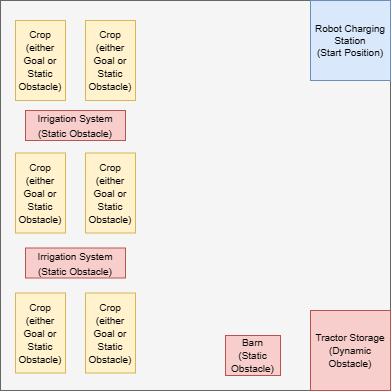
Above: scenarios/precision_farming_0.png in ethanmclark1/conav_suite (draw.io), before the change. Source tidied: cells renumbered, new cells last; positions are measured from the earlier drawing's top-left corner, leaving out a move shared by most shapes.
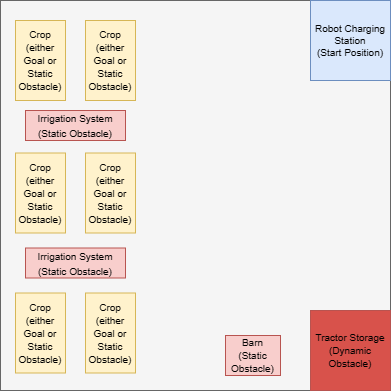
The same file after the commit.

Change to the diagram source:
```diff
@@ -14,7 +14,7 @@
     <mxCell id="5" value="&lt;font style=&quot;font-size: 10px;&quot;&gt;Irrigation System&lt;br&gt;(Static Obstacle)&lt;/font&gt;" style="rounded=0;whiteSpace=wrap;html=1;fillColor=#f8cecc;strokeColor=#b85450;" parent="1" vertex="1">
       <mxGeometry x="25" y="110" width="100" height="30" as="geometry" />
     </mxCell>
-    <mxCell id="6" value="&lt;font style=&quot;font-size: 10px;&quot;&gt;Tractor Storage&lt;br&gt;(Dynamic Obstacle)&lt;/font&gt;" style="rounded=0;whiteSpace=wrap;html=1;fillColor=#f8cecc;strokeColor=#b85450;fontSize=11;" parent="1" vertex="1">
+    <mxCell id="6" value="&lt;font style=&quot;font-size: 10px;&quot;&gt;Tractor Storage&lt;br&gt;(Dynamic Obstacle)&lt;/font&gt;" style="rounded=0;whiteSpace=wrap;html=1;fillColor=#D8524B;strokeColor=#b85450;fontSize=11;" parent="1" vertex="1">
       <mxGeometry x="310" y="310" width="80" height="80" as="geometry" />
     </mxCell>
     <mxCell id="7" value="&lt;font style=&quot;font-size: 10px;&quot;&gt;&lt;font style=&quot;border-color: var(--border-color); font-size: 10px;&quot;&gt;Crop&lt;br style=&quot;border-color: var(--border-color);&quot;&gt;&lt;/font&gt;(either Goal or Static Obstacle)&lt;/font&gt;" style="rounded=0;whiteSpace=wrap;html=1;fillColor=#fff2cc;strokeColor=#d6b656;fontSize=11;" parent="1" vertex="1">
```
